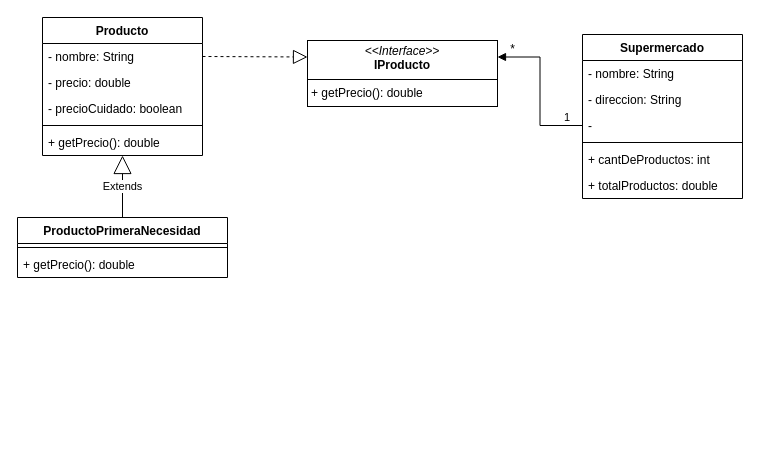
Above: TP-4/supermercado.drawio in tomasmendoza-unq/objetos2 (draw.io), before the change. Source tidied: cells renumbered, new cells numbered last; positions are measured from the earlier drawing's top-left corner, leaving out a move shared by most shapes. Both pictures are drawn from the tidied source at 100%, with x=0, y=0 at pixel (17, 17).
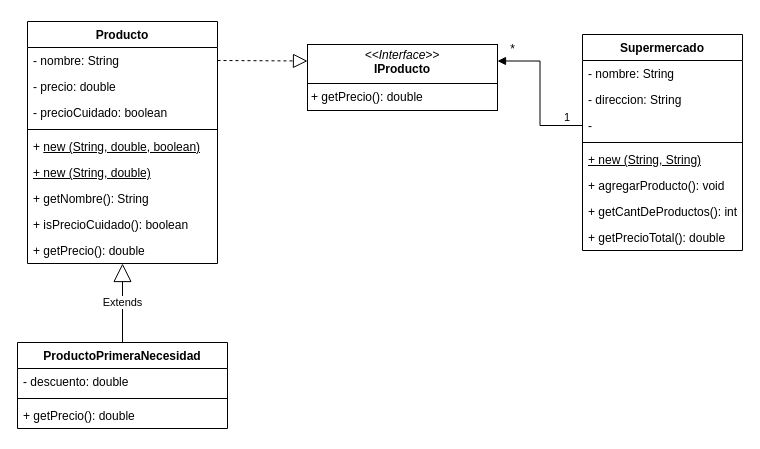
The same page after the edit.

Diff of the diagram source:
```diff
@@
     <mxCell id="2" value="Producto" style="swimlane;fontStyle=1;align=center;verticalAlign=top;horizontal=1;startSize=26;whiteSpace=wrap;html=1;" parent="1" vertex="1">
-      <mxGeometry x="25" width="160" height="138" as="geometry" />
+      <mxGeometry x="10" y="4" width="190" height="242" as="geometry" />
     </mxCell>
     <mxCell id="3" value="- nombre: String&lt;div&gt;&lt;br&gt;&lt;/div&gt;" style="text;strokeColor=none;fillColor=none;align=left;verticalAlign=top;spacingLeft=4;spacingRight=4;overflow=hidden;points=[[0,0.5],[1,0.5]];portConstraint=eastwest;whiteSpace=wrap;html=1;" parent="2" vertex="1">
-      <mxGeometry y="26" width="160" height="26" as="geometry" />
+      <mxGeometry y="26" width="190" height="26" as="geometry" />
     </mxCell>
     <mxCell id="4" value="- precio: double" style="text;strokeColor=none;fillColor=none;align=left;verticalAlign=top;spacingLeft=4;spacingRight=4;overflow=hidden;whiteSpace=wrap;html=1;" parent="2" vertex="1">
-      <mxGeometry y="52" width="160" height="26" as="geometry" />
+      <mxGeometry y="52" width="190" height="26" as="geometry" />
     </mxCell>
     <mxCell id="5" value="- precioCuidado: boolean" style="text;strokeColor=none;fillColor=none;align=left;verticalAlign=top;spacingLeft=4;spacingRight=4;overflow=hidden;whiteSpace=wrap;html=1;" parent="2" vertex="1">
-      <mxGeometry y="78" width="160" height="26" as="geometry" />
+      <mxGeometry y="78" width="190" height="26" as="geometry" />
     </mxCell>
     <mxCell id="6" style="line;strokeWidth=1;fillColor=none;align=left;verticalAlign=middle;spacingTop=-1;spacingLeft=3;spacingRight=3;labelPosition=right;strokeColor=inherit;" parent="2" vertex="1">
-      <mxGeometry y="104" width="160" height="8" as="geometry" />
+      <mxGeometry y="104" width="190" height="8" as="geometry" />
     </mxCell>
+    <mxCell id="24" value="+ &lt;u&gt;new (String, double, boolean)&lt;/u&gt;" style="text;strokeColor=none;fillColor=none;align=left;verticalAlign=top;spacingLeft=4;spacingRight=4;overflow=hidden;whiteSpace=wrap;html=1;" parent="2" vertex="1">
+      <mxGeometry y="112" width="190" height="26" as="geometry" />
+    </mxCell>
+    <mxCell id="25" value="&lt;u&gt;+ new (String, double)&lt;/u&gt;" style="text;strokeColor=none;fillColor=none;align=left;verticalAlign=top;spacingLeft=4;spacingRight=4;overflow=hidden;whiteSpace=wrap;html=1;" parent="2" vertex="1">
+      <mxGeometry y="138" width="190" height="26" as="geometry" />
+    </mxCell>
+    <mxCell id="26" value="+ getNombre(): String" style="text;strokeColor=none;fillColor=none;align=left;verticalAlign=top;spacingLeft=4;spacingRight=4;overflow=hidden;whiteSpace=wrap;html=1;" parent="2" vertex="1">
+      <mxGeometry y="164" width="190" height="26" as="geometry" />
+    </mxCell>
+    <mxCell id="27" value="+ isPrecioCuidado(): boolean" style="text;strokeColor=none;fillColor=none;align=left;verticalAlign=top;spacingLeft=4;spacingRight=4;overflow=hidden;whiteSpace=wrap;html=1;" parent="2" vertex="1">
+      <mxGeometry y="190" width="190" height="26" as="geometry" />
+    </mxCell>
     <mxCell id="7" value="+ getPrecio(): double" style="text;strokeColor=none;fillColor=none;align=left;verticalAlign=top;spacingLeft=4;spacingRight=4;overflow=hidden;whiteSpace=wrap;html=1;" parent="2" vertex="1">
-      <mxGeometry y="112" width="160" height="26" as="geometry" />
+      <mxGeometry y="216" width="190" height="26" as="geometry" />
     </mxCell>
     <mxCell id="8" value="ProductoPrimeraNecesidad" style="swimlane;fontStyle=1;align=center;verticalAlign=top;horizontal=1;startSize=26;whiteSpace=wrap;html=1;" parent="1" vertex="1">
-      <mxGeometry y="200" width="210" height="60" as="geometry" />
+      <mxGeometry y="325" width="210" height="86" as="geometry" />
     </mxCell>
+    <mxCell id="28" value="- descuento: double" style="text;strokeColor=none;fillColor=none;align=left;verticalAlign=top;spacingLeft=4;spacingRight=4;overflow=hidden;whiteSpace=wrap;html=1;" parent="8" vertex="1">
+      <mxGeometry y="26" width="210" height="26" as="geometry" />
+    </mxCell>
     <mxCell id="9" style="line;strokeWidth=1;fillColor=none;align=left;verticalAlign=middle;spacingTop=-1;spacingLeft=3;spacingRight=3;labelPosition=right;strokeColor=inherit;" parent="8" vertex="1">
-      <mxGeometry y="26" width="210" height="8" as="geometry" />
+      <mxGeometry y="52" width="210" height="8" as="geometry" />
     </mxCell>
     <mxCell id="10" value="+ getPrecio(): double" style="text;strokeColor=none;fillColor=none;align=left;verticalAlign=top;spacingLeft=4;spacingRight=4;overflow=hidden;whiteSpace=wrap;html=1;" parent="8" vertex="1">
-      <mxGeometry y="34" width="210" height="26" as="geometry" />
+      <mxGeometry y="60" width="210" height="26" as="geometry" />
     </mxCell>
     <mxCell id="11" value="Supermercado&lt;div&gt;&lt;br&gt;&lt;/div&gt;" style="swimlane;fontStyle=1;align=center;verticalAlign=top;horizontal=1;startSize=26;whiteSpace=wrap;html=1;" parent="1" vertex="1">
-      <mxGeometry x="565" y="17" width="160" height="164" as="geometry" />
+      <mxGeometry x="565" y="17" width="160" height="216" as="geometry" />
     </mxCell>
@@
+    <mxCell id="29" value="&lt;u&gt;+ new (String, String)&lt;/u&gt;" style="text;strokeColor=none;fillColor=none;align=left;verticalAlign=top;spacingLeft=4;spacingRight=4;overflow=hidden;whiteSpace=wrap;html=1;" parent="11" vertex="1">
+      <mxGeometry y="112" width="160" height="26" as="geometry" />
+    </mxCell>
+    <mxCell id="30" value="+ agregarProducto(): void" style="text;strokeColor=none;fillColor=none;align=left;verticalAlign=top;spacingLeft=4;spacingRight=4;overflow=hidden;whiteSpace=wrap;html=1;" parent="11" vertex="1">
+      <mxGeometry y="138" width="160" height="26" as="geometry" />
+    </mxCell>
-    <mxCell id="16" value="+ cantDeProductos: int" style="text;strokeColor=none;fillColor=none;align=left;verticalAlign=top;spacingLeft=4;spacingRight=4;overflow=hidden;whiteSpace=wrap;html=1;" parent="11" vertex="1">
-      <mxGeometry y="112" width="160" height="26" as="geometry" />
+    <mxCell id="16" value="+ getCantDeProductos(): int" style="text;strokeColor=none;fillColor=none;align=left;verticalAlign=top;spacingLeft=4;spacingRight=4;overflow=hidden;whiteSpace=wrap;html=1;" parent="11" vertex="1">
+      <mxGeometry y="164" width="160" height="26" as="geometry" />
     </mxCell>
-    <mxCell id="17" value="+ totalProductos: double" style="text;strokeColor=none;fillColor=none;align=left;verticalAlign=top;spacingLeft=4;spacingRight=4;overflow=hidden;whiteSpace=wrap;html=1;" parent="11" vertex="1">
-      <mxGeometry y="138" width="160" height="26" as="geometry" />
+    <mxCell id="17" value="+ getPrecioTotal(): double" style="text;strokeColor=none;fillColor=none;align=left;verticalAlign=top;spacingLeft=4;spacingRight=4;overflow=hidden;whiteSpace=wrap;html=1;" parent="11" vertex="1">
+      <mxGeometry y="190" width="160" height="26" as="geometry" />
     </mxCell>
     <mxCell id="18" value="&lt;p style=&quot;margin:0px;margin-top:4px;text-align:center;&quot;&gt;&lt;i&gt;&amp;lt;&amp;lt;Interface&amp;gt;&amp;gt;&lt;/i&gt;&lt;br&gt;&lt;b&gt;IProducto&lt;/b&gt;&lt;/p&gt;&lt;hr size=&quot;1&quot; style=&quot;border-style:solid;&quot;&gt;&lt;p style=&quot;margin:0px;margin-left:4px;&quot;&gt;+ getPrecio(): double&lt;br&gt;&lt;/p&gt;" style="verticalAlign=top;align=left;overflow=fill;html=1;whiteSpace=wrap;" parent="1" vertex="1">
-      <mxGeometry x="290" y="23" width="190" height="66" as="geometry" />
+      <mxGeometry x="290" y="27" width="190" height="66" as="geometry" />
     </mxCell>
```
